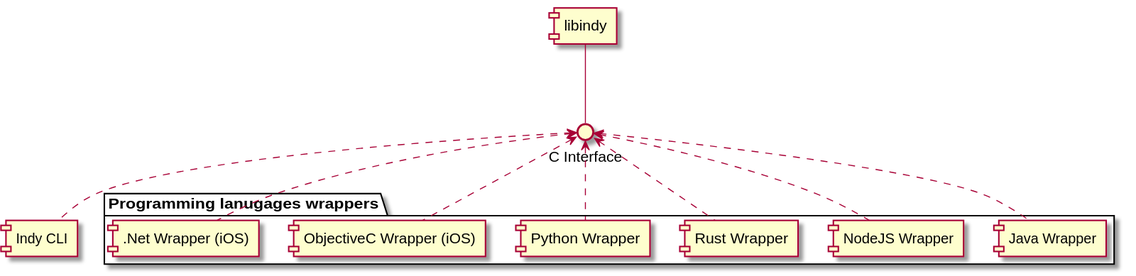
hyperledger-archives/indy-sdk keeps this PlantUML diagram as docs/architecture/indy-sdk-components.svg. Above is the earlier version.
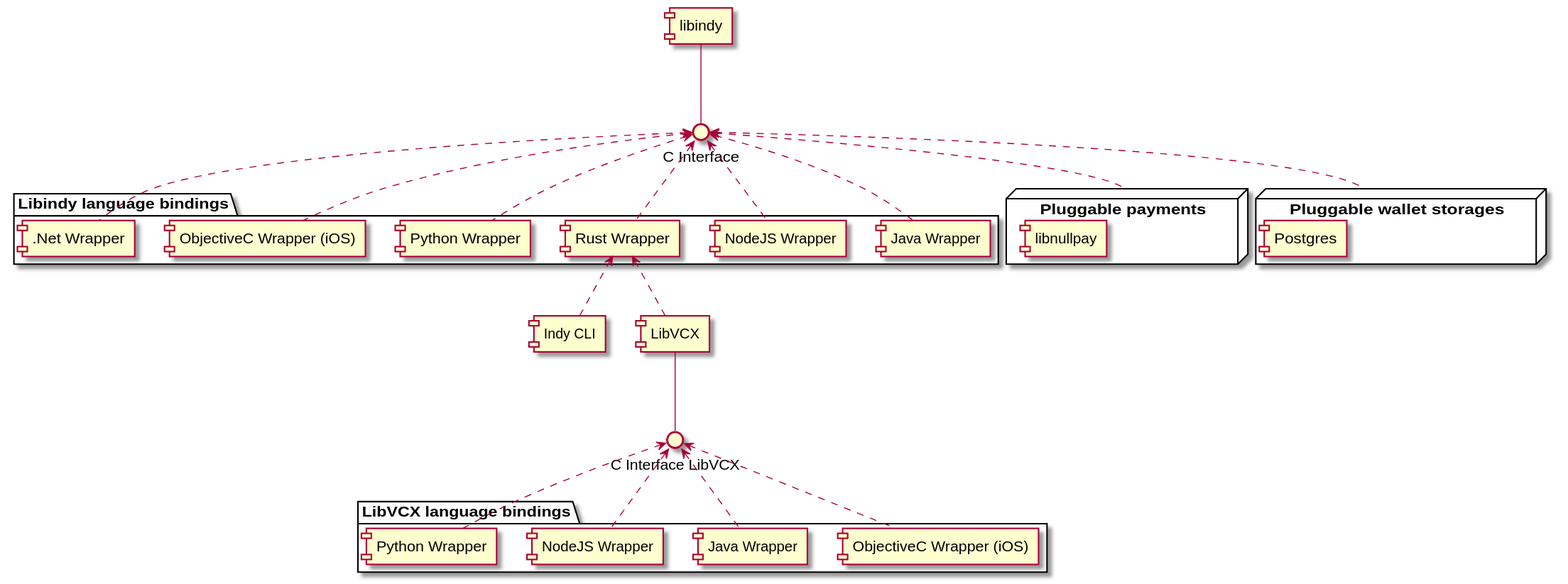
After the commit.

Change to the diagram source:
```diff
@@ -3,10 +3,7 @@
 () "C Interface" as cinterface
 [libindy] -- cinterface
 
-[Indy CLI] as cli
-cinterface <.. cli
-
-package "Programming lanugages wrappers" {
+package "Libindy language bindings" {
     [Java Wrapper] as java_wrapper
     cinterface <.. java_wrapper
 
@@ -22,8 +19,41 @@
     [ObjectiveC Wrapper (iOS)] as objc_wrapper
     cinterface <.. objc_wrapper
 
-    [.Net Wrapper (iOS)] as dnet_wrapper
+    [.Net Wrapper] as dnet_wrapper
     cinterface <.. dnet_wrapper
 }
 
+node "Pluggable payments" as payments {
+    [libnullpay]
+}
+
+cinterface <.. payments
+
+node "Pluggable wallet storages" as wallets {
+    [Postgres]
+}
+
+cinterface <.. wallets
+
+[Indy CLI] as cli
+rust_wrapper <.. cli
+
+rust_wrapper <.. [LibVCX]
+() "C Interface LibVCX" as cinterface_libvcx
+[LibVCX] -- cinterface_libvcx
+
+package "LibVCX language bindings" {
+    [ObjectiveC Wrapper (iOS)] as objc_wrapper_libvcx
+    cinterface_libvcx <.. objc_wrapper_libvcx
+
+    [Java Wrapper] as java_wrapper_libvcx
+    cinterface_libvcx <.. java_wrapper_libvcx
+
+    [NodeJS Wrapper] as nodejs_wrapper_libvcx
+    cinterface_libvcx <.. nodejs_wrapper_libvcx
+
+    [Python Wrapper] as python_wrapper_libvcx
+    cinterface_libvcx <.. python_wrapper_libvcx
+}
+
 @enduml
```
